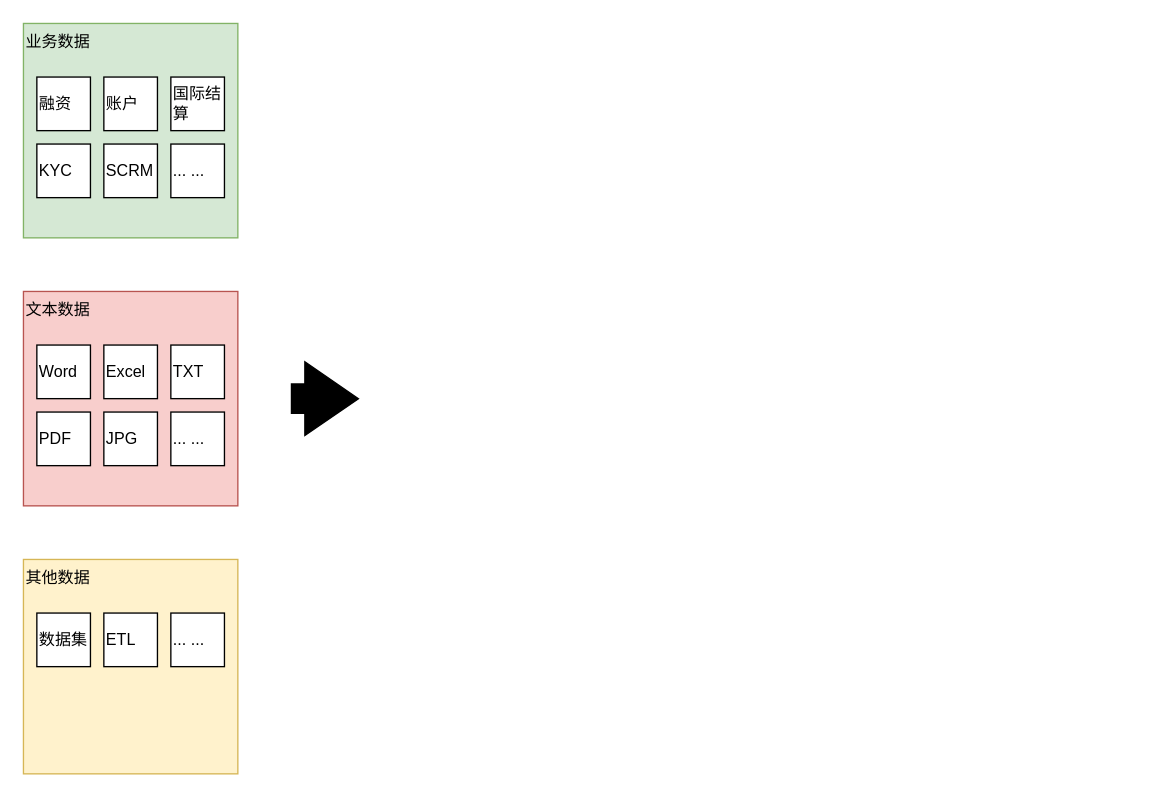
Above: LLSI/数据模块处理.drawio in 0573xieguojia/To-program (draw.io), before the change. Source tidied: cells renumbered, new cells numbered last; positions are measured from the earlier drawing's top-left corner, leaving out a move shared by most shapes. Both pictures are drawn from the tidied source at 134%, with x=0, y=0 at pixel (23, 23). Pictures stored in the file or linked from it are replaced by grey dashed boxes.
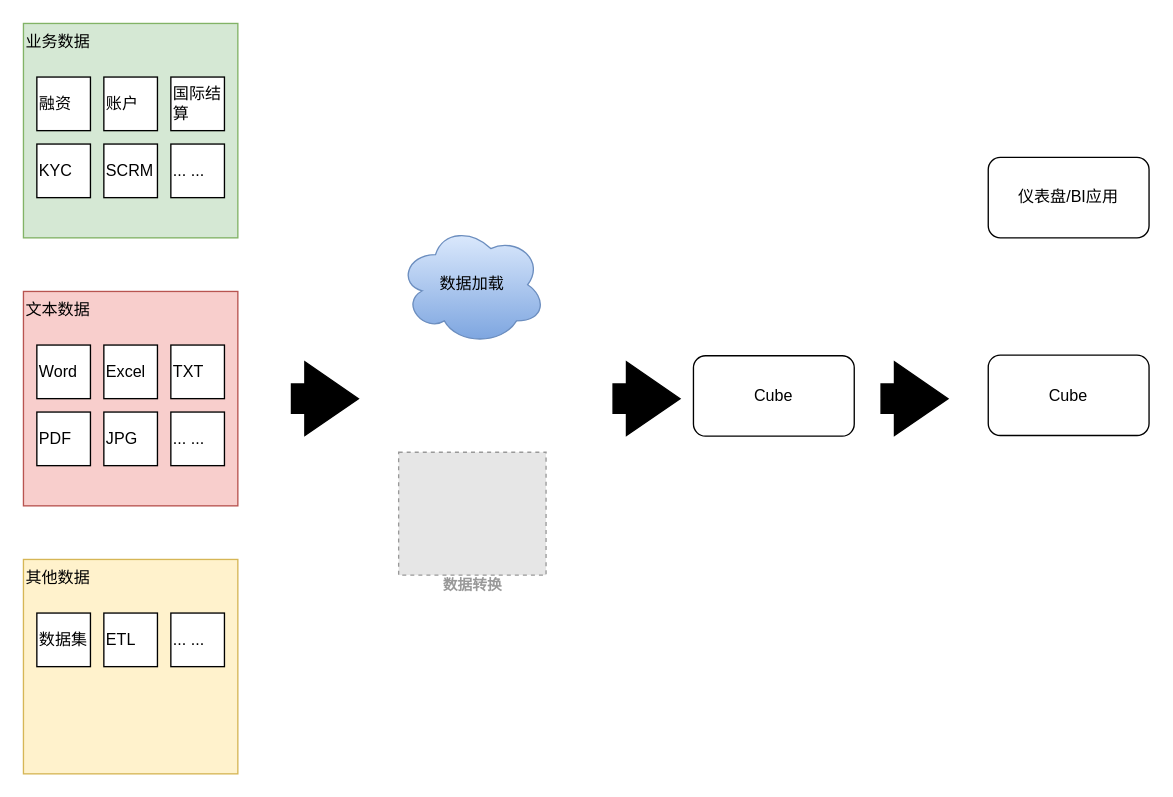
The same page after the edit.

Commit message (it also covers changes not shown here):
更新数据模块处理.drawio

Diff of the diagram source:
```diff
@@
+    <mxCell id="21" value="数据加载" style="ellipse;shape=cloud;whiteSpace=wrap;html=1;fillColor=#dae8fc;gradientColor=#7ea6e0;strokeColor=#6c8ebf;" parent="1" vertex="1">
+      <mxGeometry x="280" y="150" width="110" height="90" as="geometry" />
+    </mxCell>
+    <mxCell id="22" value="数据转换" style="fillColor=#E6E6E6;strokeColor=#999999;dashed=1;html=1;verticalAlign=top;labelPosition=center;verticalLabelPosition=bottom;align=center;spacingTop=-6;fontSize=11;fontStyle=1;fontColor=#999999;" parent="1" vertex="1">
+      <mxGeometry x="280" y="320" width="110" height="91.7" as="geometry" />
+    </mxCell>
+    <mxCell id="23" style="html=1;shadow=0;dashed=0;align=center;verticalAlign=middle;shape=mxgraph.arrows2.arrow;dy=0.6;dx=40;notch=0;fillColor=#000000;" parent="1" vertex="1">
+      <mxGeometry x="440" y="252.5" width="50" height="55" as="geometry" />
+    </mxCell>
+    <mxCell id="24" style="html=1;shadow=0;dashed=0;align=center;verticalAlign=middle;shape=mxgraph.arrows2.arrow;dy=0.6;dx=40;notch=0;fillColor=#000000;" parent="1" vertex="1">
+      <mxGeometry x="640" y="252.5" width="50" height="55" as="geometry" />
+    </mxCell>
+    <mxCell id="25" value="Cube" style="rounded=1;whiteSpace=wrap;html=1;" parent="1" vertex="1">
+      <mxGeometry x="500" y="248" width="120" height="60" as="geometry" />
+    </mxCell>
+    <mxCell id="26" value="仪表盘/BI应用" style="rounded=1;whiteSpace=wrap;html=1;" parent="1" vertex="1">
+      <mxGeometry x="720" y="100" width="120" height="60" as="geometry" />
+    </mxCell>
+    <mxCell id="27" value="Cube" style="rounded=1;whiteSpace=wrap;html=1;" parent="1" vertex="1">
+      <mxGeometry x="720" y="247.5" width="120" height="60" as="geometry" />
+    </mxCell>
```
